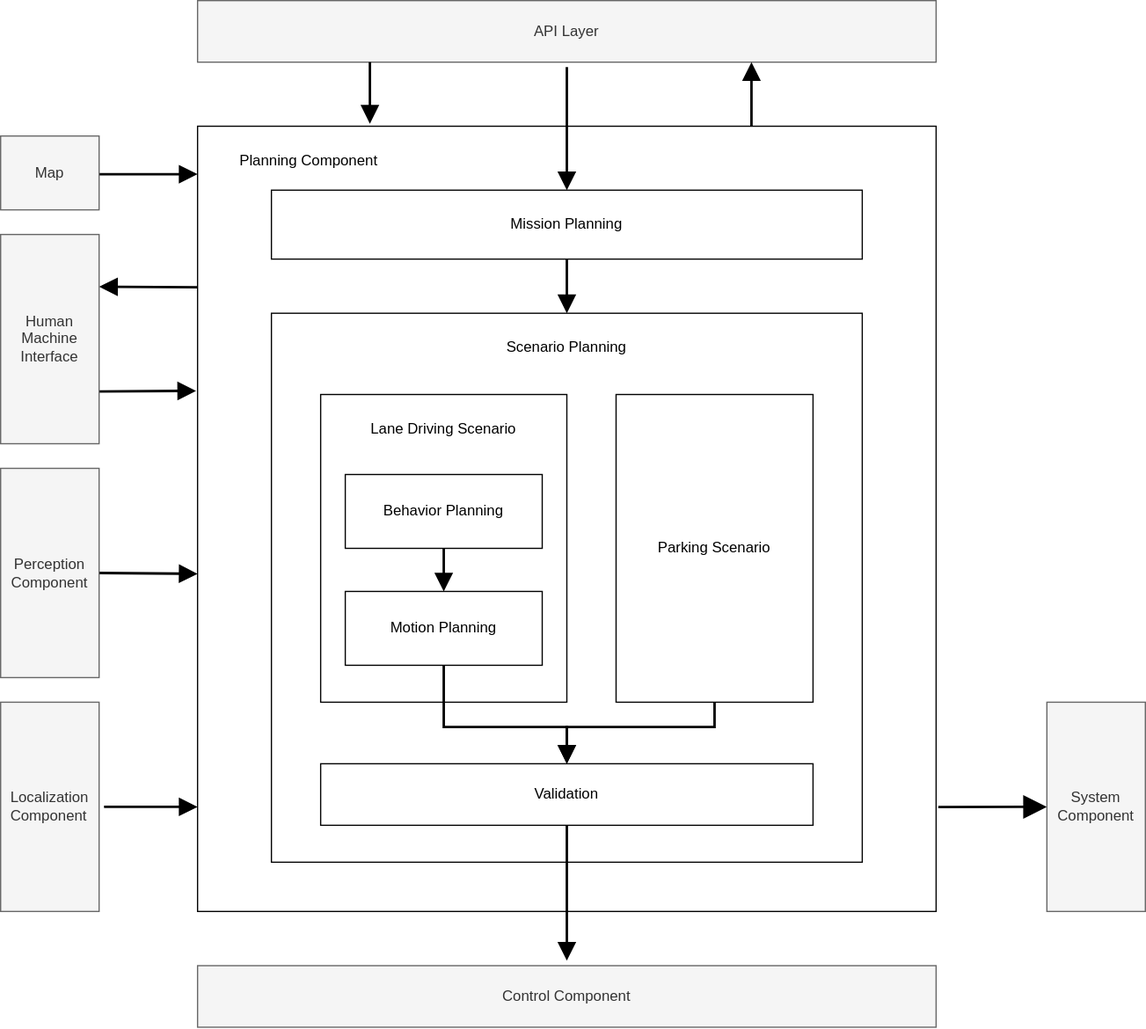
autowarefoundation/autoware-documentation keeps this draw.io diagram as docs/design/autoware-architecture/planning/image/high-level-planning-diagram.drawio.svg. Above is the earlier version. Source tidied: cells renumbered, new cells last; positions are measured from the earlier drawing's top-left corner, leaving out a move shared by most shapes.
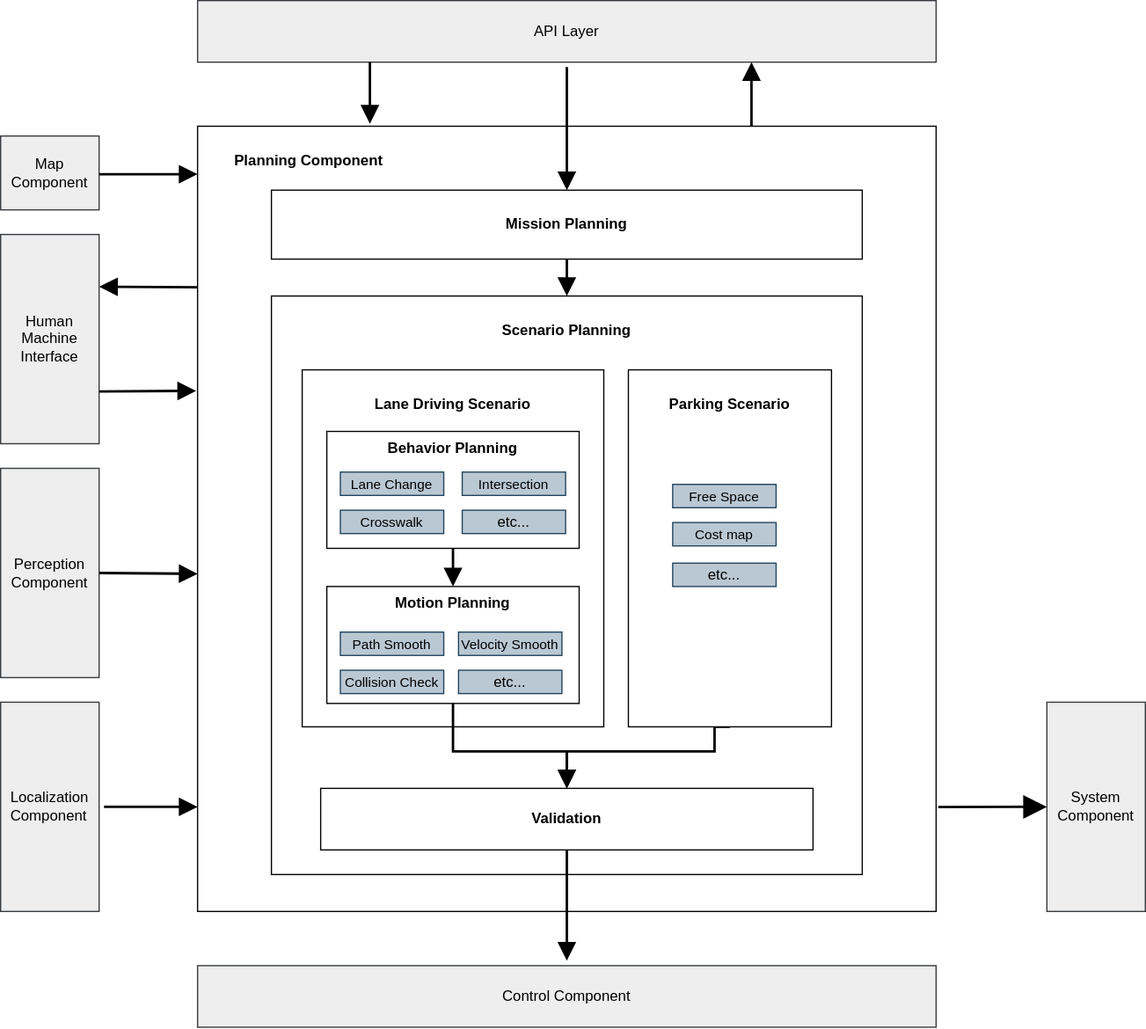
The same diagram one commit later.

Change to the diagram source:
```diff
@@ -15,13 +15,13 @@
         </Array>
       </mxGeometry>
     </mxCell>
-    <mxCell id="4" value="&lt;div style=&quot;text-align: left&quot;&gt;Localization&lt;/div&gt;&lt;div style=&quot;text-align: left&quot;&gt;Component&lt;/div&gt;" style="rounded=1;whiteSpace=wrap;html=1;comic=0;shadow=0;arcSize=0;labelBackgroundColor=none;fillColor=#f5f5f5;fontColor=#333333;strokeColor=#666666;" parent="1" vertex="1">
+    <mxCell id="4" value="&lt;div style=&quot;text-align: left&quot;&gt;Localization&lt;/div&gt;&lt;div style=&quot;text-align: left&quot;&gt;Component&lt;/div&gt;" style="rounded=1;whiteSpace=wrap;html=1;comic=0;shadow=0;arcSize=0;labelBackgroundColor=none;fillColor=#eeeeee;strokeColor=#36393d;" parent="1" vertex="1">
       <mxGeometry y="570" width="80" height="170" as="geometry" />
     </mxCell>
     <mxCell id="5" style="edgeStyle=none;rounded=0;sketch=0;jettySize=auto;html=1;exitX=1;exitY=0.5;exitDx=0;exitDy=0;entryX=0;entryY=0.57;entryDx=0;entryDy=0;entryPerimeter=0;shadow=0;labelBackgroundColor=none;strokeWidth=2;endArrow=block;endFill=1;startSize=10;endSize=10;sourcePerimeterSpacing=4;targetPerimeterSpacing=4;" parent="1" edge="1" source="6" target="12">
       <mxGeometry relative="1" as="geometry" />
     </mxCell>
-    <mxCell id="6" value="Perception&lt;br&gt;Component" style="rounded=1;whiteSpace=wrap;html=1;comic=0;shadow=0;arcSize=0;labelBackgroundColor=none;fillColor=#f5f5f5;fontColor=#333333;strokeColor=#666666;" parent="1" vertex="1">
+    <mxCell id="6" value="Perception&lt;br&gt;Component" style="rounded=1;whiteSpace=wrap;html=1;comic=0;shadow=0;arcSize=0;labelBackgroundColor=none;fillColor=#eeeeee;strokeColor=#36393d;" parent="1" vertex="1">
       <mxGeometry y="380" width="80" height="170" as="geometry" />
     </mxCell>
     <mxCell id="7" style="rounded=0;sketch=0;jettySize=auto;html=1;entryX=0.001;entryY=0.205;entryDx=0;entryDy=0;entryPerimeter=0;shadow=0;labelBackgroundColor=none;strokeWidth=2;endArrow=none;endFill=0;startSize=10;endSize=10;sourcePerimeterSpacing=4;targetPerimeterSpacing=4;exitX=1;exitY=0.25;exitDx=0;exitDy=0;startArrow=block;startFill=1;" parent="1" edge="1" source="9" target="12">
@@ -30,10 +30,10 @@
     <mxCell id="8" style="edgeStyle=none;rounded=0;sketch=0;jettySize=auto;html=1;exitX=1;exitY=0.75;exitDx=0;exitDy=0;entryX=-0.002;entryY=0.337;entryDx=0;entryDy=0;entryPerimeter=0;shadow=0;labelBackgroundColor=none;strokeWidth=2;fontColor=#0d0d0d;endArrow=block;endFill=1;startSize=10;endSize=10;sourcePerimeterSpacing=4;targetPerimeterSpacing=4;" parent="1" edge="1" source="9" target="12">
       <mxGeometry relative="1" as="geometry" />
     </mxCell>
-    <mxCell id="9" value="Human&lt;br&gt;Machine&lt;br&gt;Interface" style="rounded=1;whiteSpace=wrap;html=1;labelBackgroundColor=none;verticalAlign=middle;arcSize=0;shadow=0;fillColor=#f5f5f5;fontColor=#333333;strokeColor=#666666;" parent="1" vertex="1">
+    <mxCell id="9" value="Human&lt;br&gt;Machine&lt;br&gt;Interface" style="rounded=1;whiteSpace=wrap;html=1;labelBackgroundColor=none;verticalAlign=middle;arcSize=0;shadow=0;fillColor=#eeeeee;strokeColor=#36393d;" parent="1" vertex="1">
       <mxGeometry y="190" width="80" height="170" as="geometry" />
     </mxCell>
-    <mxCell id="10" value="API Layer" style="rounded=1;whiteSpace=wrap;html=1;labelBackgroundColor=none;verticalAlign=middle;arcSize=0;shadow=0;fillColor=#f5f5f5;fontColor=#333333;strokeColor=#666666;" parent="1" vertex="1">
+    <mxCell id="10" value="API Layer" style="rounded=1;whiteSpace=wrap;html=1;labelBackgroundColor=none;verticalAlign=middle;arcSize=0;shadow=0;fillColor=#eeeeee;strokeColor=#36393d;" parent="1" vertex="1">
       <mxGeometry x="160" width="600" height="50" as="geometry" />
     </mxCell>
     <mxCell id="11" style="edgeStyle=none;rounded=0;sketch=0;jettySize=auto;html=1;exitX=0.75;exitY=0;exitDx=0;exitDy=0;entryX=0.75;entryY=1;entryDx=0;entryDy=0;shadow=0;labelBackgroundColor=none;strokeWidth=2;fontColor=#0d0d0d;startArrow=none;startFill=0;endArrow=block;endFill=1;startSize=10;endSize=10;sourcePerimeterSpacing=4;targetPerimeterSpacing=4;" parent="1" edge="1" source="12" target="10">
@@ -45,55 +45,55 @@
     <mxCell id="13" style="edgeStyle=none;curved=1;rounded=0;jettySize=auto;html=1;entryX=0.5;entryY=0;entryDx=0;entryDy=0;endArrow=block;startSize=10;endSize=10;sourcePerimeterSpacing=4;targetPerimeterSpacing=4;endFill=1;exitX=0.5;exitY=1;exitDx=0;exitDy=0;labelBackgroundColor=none;shadow=0;strokeWidth=2;" parent="1" edge="1" source="14" target="15">
       <mxGeometry relative="1" as="geometry" />
     </mxCell>
-    <mxCell id="14" value="Mission Planning" style="rounded=0;whiteSpace=wrap;html=1;verticalAlign=middle;labelBackgroundColor=none;shadow=0;" parent="1" vertex="1">
+    <mxCell id="14" value="&lt;b&gt;Mission Planning&lt;/b&gt;" style="rounded=0;whiteSpace=wrap;html=1;verticalAlign=middle;labelBackgroundColor=none;shadow=0;" parent="1" vertex="1">
       <mxGeometry x="220" y="154" width="480" height="56" as="geometry" />
     </mxCell>
-    <mxCell id="15" value="&lt;br&gt;Scenario Planning" style="rounded=0;whiteSpace=wrap;html=1;verticalAlign=top;labelBackgroundColor=none;shadow=0;" parent="1" vertex="1">
-      <mxGeometry x="220" y="254" width="480" height="446" as="geometry" />
+    <mxCell id="15" value="&lt;b&gt;&lt;br&gt;Scenario Planning&lt;/b&gt;" style="rounded=0;whiteSpace=wrap;html=1;verticalAlign=top;labelBackgroundColor=none;shadow=0;" parent="1" vertex="1">
+      <mxGeometry x="220" y="240" width="480" height="470" as="geometry" />
     </mxCell>
-    <mxCell id="16" value="&lt;br&gt;Lane Driving Scenario" style="rounded=0;whiteSpace=wrap;html=1;verticalAlign=top;labelBackgroundColor=none;shadow=0;" parent="1" vertex="1">
-      <mxGeometry x="260" y="320" width="200" height="250" as="geometry" />
+    <mxCell id="16" value="&lt;b&gt;&lt;br&gt;Lane Driving Scenario&lt;/b&gt;" style="rounded=0;whiteSpace=wrap;html=1;verticalAlign=top;labelBackgroundColor=none;shadow=0;" parent="1" vertex="1">
+      <mxGeometry x="245" y="300" width="245" height="290" as="geometry" />
     </mxCell>
     <mxCell id="17" style="edgeStyle=orthogonalEdgeStyle;rounded=0;jettySize=auto;html=1;entryX=0.5;entryY=0;entryDx=0;entryDy=0;endArrow=block;endFill=1;startSize=10;endSize=10;sourcePerimeterSpacing=4;targetPerimeterSpacing=4;exitX=0.5;exitY=1;exitDx=0;exitDy=0;labelBackgroundColor=none;shadow=0;strokeWidth=2;" parent="1" edge="1" source="18" target="24">
       <mxGeometry relative="1" as="geometry">
         <Array as="points">
-          <mxPoint x="580" y="590" />
-          <mxPoint x="460" y="590" />
+          <mxPoint x="580" y="610" />
+          <mxPoint x="460" y="610" />
         </Array>
       </mxGeometry>
     </mxCell>
-    <mxCell id="18" value="Parking Scenario" style="rounded=0;whiteSpace=wrap;html=1;verticalAlign=middle;labelBackgroundColor=none;shadow=0;" parent="1" vertex="1">
-      <mxGeometry x="500" y="320" width="160" height="250" as="geometry" />
+    <mxCell id="18" value="&lt;b&gt;&lt;br&gt;Parking Scenario&lt;/b&gt;" style="rounded=0;whiteSpace=wrap;html=1;verticalAlign=top;labelBackgroundColor=none;shadow=0;" parent="1" vertex="1">
+      <mxGeometry x="510" y="300" width="165" height="290" as="geometry" />
     </mxCell>
     <mxCell id="19" style="edgeStyle=none;curved=1;rounded=0;jettySize=auto;html=1;exitX=0.5;exitY=1;exitDx=0;exitDy=0;entryX=0.5;entryY=0;entryDx=0;entryDy=0;endArrow=block;endFill=1;startSize=14;endSize=10;sourcePerimeterSpacing=8;targetPerimeterSpacing=8;labelBackgroundColor=none;shadow=0;strokeWidth=2;" parent="1" edge="1" source="20" target="22">
       <mxGeometry relative="1" as="geometry" />
     </mxCell>
-    <mxCell id="20" value="Behavior Planning" style="rounded=0;whiteSpace=wrap;html=1;verticalAlign=middle;labelBackgroundColor=none;shadow=0;" parent="1" vertex="1">
-      <mxGeometry x="280" y="385" width="160" height="60" as="geometry" />
+    <mxCell id="20" value="&lt;b&gt;Behavior Planning&lt;/b&gt;" style="rounded=0;whiteSpace=wrap;html=1;verticalAlign=top;labelBackgroundColor=none;shadow=0;" parent="1" vertex="1">
+      <mxGeometry x="265" y="350" width="205" height="95" as="geometry" />
     </mxCell>
     <mxCell id="21" style="edgeStyle=orthogonalEdgeStyle;rounded=0;jettySize=auto;html=1;exitX=0.5;exitY=1;exitDx=0;exitDy=0;entryX=0.5;entryY=0;entryDx=0;entryDy=0;endArrow=block;endFill=1;startSize=10;endSize=10;sourcePerimeterSpacing=4;targetPerimeterSpacing=4;labelBackgroundColor=none;shadow=0;strokeWidth=2;" parent="1" edge="1" source="22" target="24">
       <mxGeometry relative="1" as="geometry">
         <Array as="points">
-          <mxPoint x="360" y="590" />
-          <mxPoint x="460" y="590" />
+          <mxPoint x="368" y="610" />
+          <mxPoint x="460" y="610" />
         </Array>
       </mxGeometry>
     </mxCell>
-    <mxCell id="22" value="Motion Planning" style="rounded=0;whiteSpace=wrap;html=1;verticalAlign=middle;labelBackgroundColor=none;shadow=0;" parent="1" vertex="1">
-      <mxGeometry x="280" y="480" width="160" height="60" as="geometry" />
+    <mxCell id="22" value="&lt;b&gt;Motion Planning&lt;/b&gt;" style="rounded=0;whiteSpace=wrap;html=1;verticalAlign=top;labelBackgroundColor=none;shadow=0;" parent="1" vertex="1">
+      <mxGeometry x="265" y="476" width="205" height="95" as="geometry" />
     </mxCell>
     <mxCell id="23" style="edgeStyle=orthogonalEdgeStyle;rounded=0;jettySize=auto;html=1;exitX=0.5;exitY=1;exitDx=0;exitDy=0;endArrow=block;endFill=1;startSize=10;endSize=10;sourcePerimeterSpacing=4;targetPerimeterSpacing=4;labelBackgroundColor=none;shadow=0;strokeWidth=2;" parent="1" edge="1" source="24">
       <mxGeometry relative="1" as="geometry">
         <mxPoint x="460" y="780" as="targetPoint" />
       </mxGeometry>
     </mxCell>
-    <mxCell id="24" value="Validation" style="rounded=0;whiteSpace=wrap;html=1;verticalAlign=middle;labelBackgroundColor=none;shadow=0;" parent="1" vertex="1">
-      <mxGeometry x="260" y="620" width="400" height="50" as="geometry" />
+    <mxCell id="24" value="&lt;b&gt;Validation&lt;/b&gt;" style="rounded=0;whiteSpace=wrap;html=1;verticalAlign=middle;labelBackgroundColor=none;shadow=0;" parent="1" vertex="1">
+      <mxGeometry x="260" y="640" width="400" height="50" as="geometry" />
     </mxCell>
-    <mxCell id="25" value="Control Component" style="rounded=1;whiteSpace=wrap;html=1;labelBackgroundColor=none;verticalAlign=middle;arcSize=0;shadow=0;fillColor=#f5f5f5;fontColor=#333333;strokeColor=#666666;" parent="1" vertex="1">
+    <mxCell id="25" value="Control Component" style="rounded=1;whiteSpace=wrap;html=1;labelBackgroundColor=none;verticalAlign=middle;arcSize=0;shadow=0;fillColor=#eeeeee;strokeColor=#36393d;" parent="1" vertex="1">
       <mxGeometry x="160" y="784" width="600" height="50" as="geometry" />
     </mxCell>
-    <mxCell id="26" value="Planning Component" style="text;html=1;align=center;verticalAlign=middle;labelBackgroundColor=none;shadow=1;" parent="1" vertex="1">
+    <mxCell id="26" value="&lt;b&gt;Planning Component&lt;/b&gt;" style="text;html=1;align=center;verticalAlign=middle;labelBackgroundColor=none;shadow=1;" parent="1" vertex="1">
       <mxGeometry x="180" y="115" width="140" height="30" as="geometry" />
     </mxCell>
     <mxCell id="27" style="edgeStyle=orthogonalEdgeStyle;rounded=0;sketch=0;jettySize=auto;html=1;entryX=0.5;entryY=0;entryDx=0;entryDy=0;shadow=0;labelBackgroundColor=none;strokeWidth=2;endArrow=block;endFill=1;startSize=10;endSize=10;sourcePerimeterSpacing=4;targetPerimeterSpacing=4;" parent="1" edge="1" source="10" target="14">
@@ -102,7 +102,7 @@
     <mxCell id="28" style="edgeStyle=none;curved=1;rounded=0;jettySize=auto;html=1;exitX=0;exitY=0.5;exitDx=0;exitDy=0;entryX=1.003;entryY=0.867;entryDx=0;entryDy=0;entryPerimeter=0;strokeWidth=2;endArrow=none;endFill=0;startSize=14;endSize=12;sourcePerimeterSpacing=8;targetPerimeterSpacing=8;startArrow=block;startFill=1;" parent="1" edge="1" source="29" target="12">
       <mxGeometry relative="1" as="geometry" />
     </mxCell>
-    <mxCell id="29" value="&lt;div style=&quot;&quot;&gt;System&lt;/div&gt;&lt;div style=&quot;&quot;&gt;Component&lt;/div&gt;" style="rounded=1;whiteSpace=wrap;html=1;comic=0;shadow=0;arcSize=0;labelBackgroundColor=none;align=center;fillColor=#f5f5f5;fontColor=#333333;strokeColor=#666666;" parent="1" vertex="1">
+    <mxCell id="29" value="&lt;div style=&quot;&quot;&gt;System&lt;/div&gt;&lt;div style=&quot;&quot;&gt;Component&lt;/div&gt;" style="rounded=1;whiteSpace=wrap;html=1;comic=0;shadow=0;arcSize=0;labelBackgroundColor=none;align=center;fillColor=#eeeeee;strokeColor=#36393d;" parent="1" vertex="1">
       <mxGeometry x="850" y="570" width="80" height="170" as="geometry" />
     </mxCell>
     <mxCell id="30" style="edgeStyle=orthogonalEdgeStyle;rounded=0;sketch=0;orthogonalLoop=1;jettySize=auto;html=1;shadow=0;labelBackgroundColor=none;strokeWidth=2;endArrow=block;endFill=1;startSize=10;endSize=10;sourcePerimeterSpacing=4;targetPerimeterSpacing=4;" parent="1" edge="1">
@@ -111,8 +111,41 @@
         <mxPoint x="300" y="100" as="targetPoint" />
       </mxGeometry>
     </mxCell>
-    <mxCell id="31" value="Map" style="rounded=1;whiteSpace=wrap;html=1;labelBackgroundColor=none;verticalAlign=middle;arcSize=0;shadow=0;fillColor=#f5f5f5;fontColor=#333333;strokeColor=#666666;" parent="1" vertex="1">
+    <mxCell id="31" value="Map&lt;br&gt;Component" style="rounded=1;whiteSpace=wrap;html=1;labelBackgroundColor=none;verticalAlign=middle;arcSize=0;shadow=0;fillColor=#eeeeee;strokeColor=#36393d;" parent="1" vertex="1">
       <mxGeometry y="110" width="80" height="60" as="geometry" />
     </mxCell>
+    <mxCell id="32" value="&lt;div style=&quot;font-size: 11px;&quot;&gt;Lane Change&lt;/div&gt;" style="rounded=1;whiteSpace=wrap;html=1;comic=0;shadow=0;arcSize=0;labelBackgroundColor=none;align=center;fontSize=11;fillColor=#bac8d3;strokeColor=#23445d;" parent="1" vertex="1">
+      <mxGeometry x="276" y="383" width="84" height="19" as="geometry" />
+    </mxCell>
+    <mxCell id="33" value="&lt;div style=&quot;font-size: 11px;&quot;&gt;Intersection&lt;/div&gt;" style="rounded=1;whiteSpace=wrap;html=1;comic=0;shadow=0;arcSize=0;labelBackgroundColor=none;align=center;fontSize=11;fillColor=#bac8d3;strokeColor=#23445d;" parent="1" vertex="1">
+      <mxGeometry x="375" y="383" width="84" height="19" as="geometry" />
+    </mxCell>
+    <mxCell id="34" value="&lt;div style=&quot;font-size: 11px;&quot;&gt;Crosswalk&lt;/div&gt;" style="rounded=1;whiteSpace=wrap;html=1;comic=0;shadow=0;arcSize=0;labelBackgroundColor=none;align=center;fontSize=11;fillColor=#bac8d3;strokeColor=#23445d;" parent="1" vertex="1">
+      <mxGeometry x="276" y="414" width="84" height="19" as="geometry" />
+    </mxCell>
+    <mxCell id="35" value="&lt;div style=&quot;&quot;&gt;etc...&lt;/div&gt;" style="rounded=1;whiteSpace=wrap;html=1;comic=0;shadow=0;arcSize=0;labelBackgroundColor=none;align=center;fillColor=#bac8d3;strokeColor=#23445d;" parent="1" vertex="1">
+      <mxGeometry x="375" y="414" width="84" height="19" as="geometry" />
+    </mxCell>
+    <mxCell id="36" value="&lt;div style=&quot;font-size: 11px;&quot;&gt;Path Smooth&lt;/div&gt;" style="rounded=1;whiteSpace=wrap;html=1;comic=0;shadow=0;arcSize=0;labelBackgroundColor=none;align=center;fontSize=11;fillColor=#bac8d3;strokeColor=#23445d;" parent="1" vertex="1">
+      <mxGeometry x="276" y="513" width="84" height="19" as="geometry" />
+    </mxCell>
+    <mxCell id="37" value="&lt;div style=&quot;font-size: 11px;&quot;&gt;Velocity Smooth&lt;/div&gt;" style="rounded=1;whiteSpace=wrap;html=1;comic=0;shadow=0;arcSize=0;labelBackgroundColor=none;align=center;fontSize=11;fillColor=#bac8d3;strokeColor=#23445d;" parent="1" vertex="1">
+      <mxGeometry x="372" y="513" width="84" height="19" as="geometry" />
+    </mxCell>
+    <mxCell id="38" value="&lt;div style=&quot;font-size: 11px;&quot;&gt;Collision Check&lt;/div&gt;" style="rounded=1;whiteSpace=wrap;html=1;comic=0;shadow=0;arcSize=0;labelBackgroundColor=none;align=center;fontSize=11;fillColor=#bac8d3;strokeColor=#23445d;" parent="1" vertex="1">
+      <mxGeometry x="276" y="544" width="84" height="19" as="geometry" />
+    </mxCell>
+    <mxCell id="39" value="&lt;div style=&quot;&quot;&gt;etc...&lt;/div&gt;" style="rounded=1;whiteSpace=wrap;html=1;comic=0;shadow=0;arcSize=0;labelBackgroundColor=none;align=center;fillColor=#bac8d3;strokeColor=#23445d;" parent="1" vertex="1">
+      <mxGeometry x="372" y="544" width="84" height="19" as="geometry" />
+    </mxCell>
+    <mxCell id="40" value="&lt;div style=&quot;font-size: 11px;&quot;&gt;Free Space&lt;/div&gt;" style="rounded=1;whiteSpace=wrap;html=1;comic=0;shadow=0;arcSize=0;labelBackgroundColor=none;align=center;fontSize=11;fillColor=#bac8d3;strokeColor=#23445d;" parent="1" vertex="1">
+      <mxGeometry x="546" y="393" width="84" height="19" as="geometry" />
+    </mxCell>
+    <mxCell id="41" value="&lt;div style=&quot;font-size: 11px;&quot;&gt;Cost map&lt;/div&gt;" style="rounded=1;whiteSpace=wrap;html=1;comic=0;shadow=0;arcSize=0;labelBackgroundColor=none;align=center;fontSize=11;fillColor=#bac8d3;strokeColor=#23445d;" parent="1" vertex="1">
+      <mxGeometry x="546" y="424" width="84" height="19" as="geometry" />
+    </mxCell>
+    <mxCell id="42" value="&lt;div style=&quot;&quot;&gt;etc...&lt;/div&gt;" style="rounded=1;whiteSpace=wrap;html=1;comic=0;shadow=0;arcSize=0;labelBackgroundColor=none;align=center;fillColor=#bac8d3;strokeColor=#23445d;" parent="1" vertex="1">
+      <mxGeometry x="546" y="457" width="84" height="19" as="geometry" />
+    </mxCell>
   </root>
 </mxGraphModel>
```
